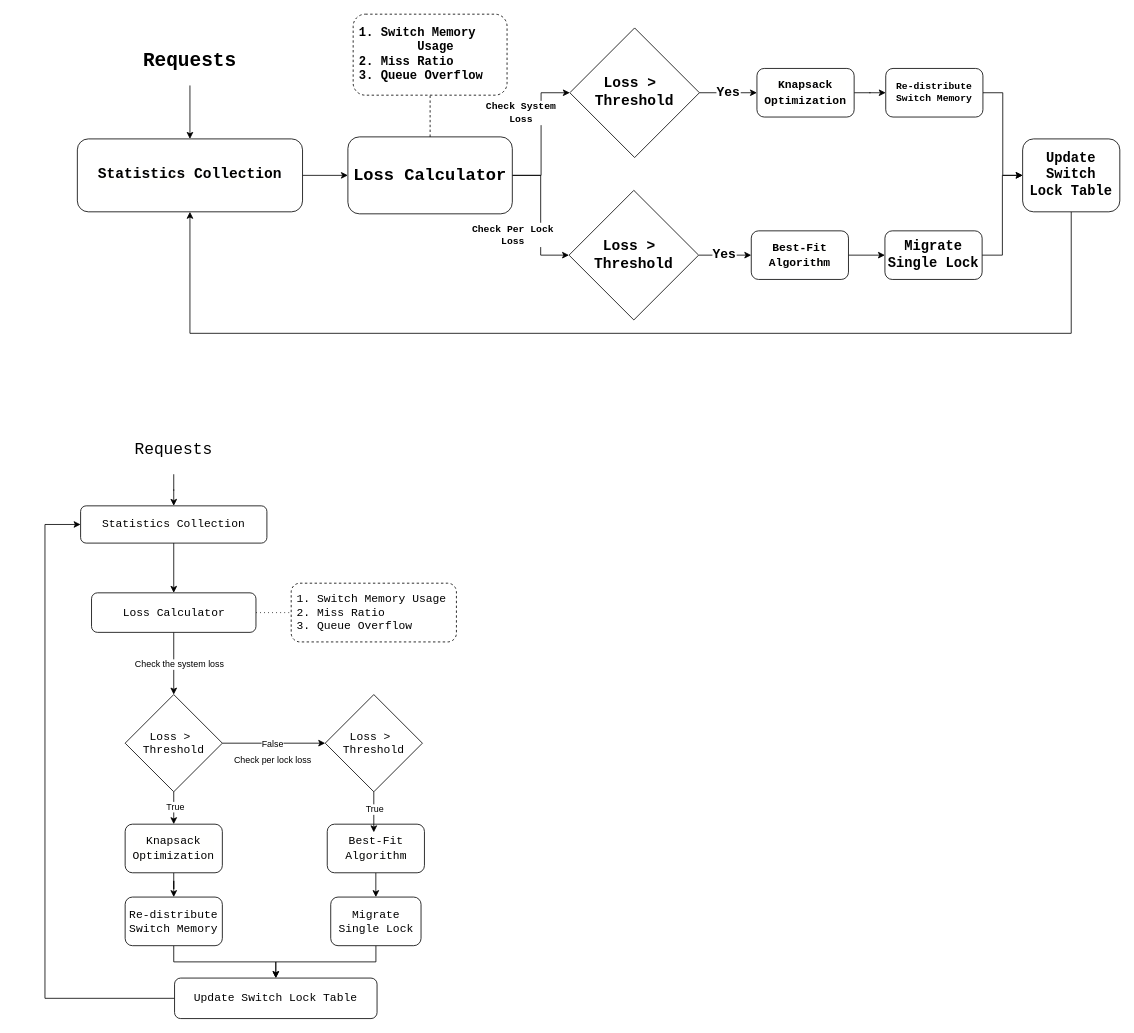
Earlier version of the draw.io diagram docs/diagram/migration_procedure.drawio (Chiang-Chen-An/multi-rack-netlock). Source tidied: cells renumbered, new cells numbered last; positions are measured from the earlier drawing's top-left corner, leaving out a move shared by most shapes. Both pictures are drawn from the tidied source at 81%, with x=0, y=0 at pixel (45, 14).
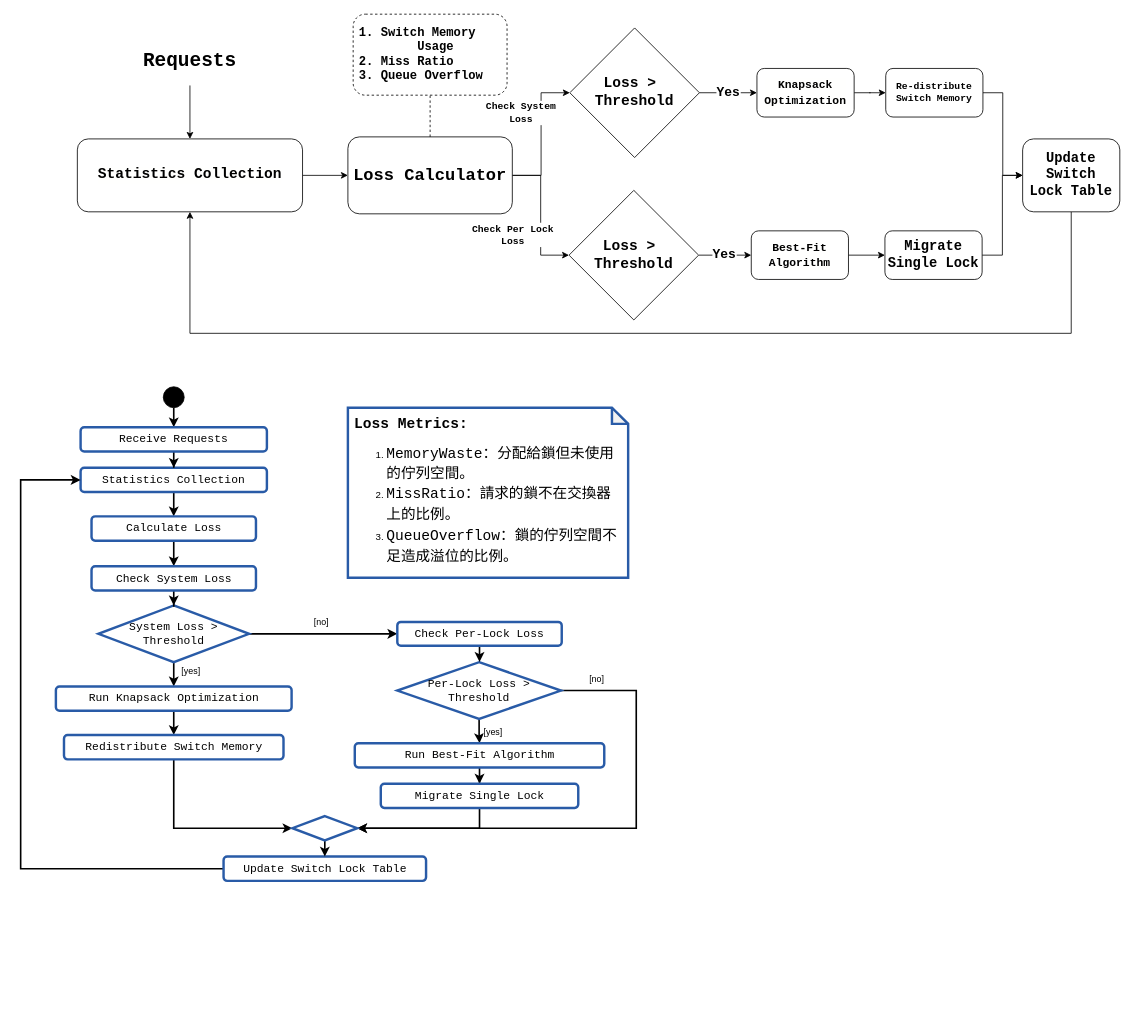
The same diagram, later.

Change to the diagram source:
```diff
@@
-    <mxCell id="30" style="edgeStyle=orthogonalEdgeStyle;rounded=0;jettySize=auto;html=1;entryX=0.5;entryY=0;entryDx=0;entryDy=0;" parent="1" edge="1" source="31" target="37">
+    <mxCell id="30" style="edgeStyle=orthogonalEdgeStyle;rounded=0;jettySize=auto;html=1;entryX=0.5;entryY=0;entryDx=0;entryDy=0;strokeWidth=2;" parent="1" edge="1" source="31" target="37">
       <mxGeometry relative="1" as="geometry" />
     </mxCell>
-    <mxCell id="31" value="&lt;div style=&quot;background-color: rgb(255, 255, 254); line-height: 19px; white-space: pre;&quot;&gt;&lt;font style=&quot;font-size: 14px; font-weight: normal;&quot;&gt;Statistics Collection&lt;/font&gt;&lt;/div&gt;" style="rounded=1;whiteSpace=wrap;html=1;align=center;fontFamily=Courier New;fontStyle=1;" parent="1" vertex="1">
-      <mxGeometry x="44" y="607" width="230" height="46" as="geometry" />
+    <mxCell id="31" value="&lt;div style=&quot;line-height: 19px; white-space: pre;&quot;&gt;&lt;font style=&quot;font-size: 14px; font-weight: normal;&quot;&gt;Statistics Collection&lt;/font&gt;&lt;/div&gt;" style="rounded=1;whiteSpace=wrap;html=1;align=center;fontFamily=Courier New;fontStyle=1;fillColor=light-dark(#ffffff, #ededed);labelBackgroundColor=none;strokeColor=#295BA7;strokeWidth=3;" parent="1" vertex="1">
+      <mxGeometry x="44" y="560" width="230" height="30" as="geometry" />
     </mxCell>
-    <mxCell id="32" style="edgeStyle=orthogonalEdgeStyle;rounded=0;jettySize=auto;html=1;entryX=0.5;entryY=0;entryDx=0;entryDy=0;fontFamily=Courier New;fontStyle=1;" parent="1" edge="1" source="33" target="31">
-      <mxGeometry relative="1" as="geometry" />
-    </mxCell>
-    <mxCell id="33" value="&lt;font style=&quot;font-weight: normal; font-size: 20px;&quot;&gt;Requests&lt;/font&gt;" style="text;html=1;whiteSpace=wrap;strokeColor=none;fillColor=none;align=center;verticalAlign=middle;rounded=0;fontFamily=Courier New;fontStyle=1;" parent="1" vertex="1">
-      <mxGeometry x="84" y="508" width="150" height="60" as="geometry" />
-    </mxCell>
-    <mxCell id="34" style="edgeStyle=orthogonalEdgeStyle;rounded=0;jettySize=auto;html=1;endArrow=none;endFill=0;dashed=1;dashPattern=1 4;" parent="1" edge="1" source="37" target="55">
-      <mxGeometry relative="1" as="geometry" />
-    </mxCell>
-    <mxCell id="35" style="edgeStyle=orthogonalEdgeStyle;rounded=0;jettySize=auto;html=1;entryX=0.5;entryY=0;entryDx=0;entryDy=0;" parent="1" edge="1" source="37" target="43">
-      <mxGeometry relative="1" as="geometry" />
-    </mxCell>
-    <mxCell id="36" value="Check the system loss" style="edgeLabel;html=1;align=center;verticalAlign=middle;" parent="35" vertex="1">
-      <mxGeometry x="0.33" relative="1" as="geometry">
-        <mxPoint x="6" y="-12" as="offset" />
-      </mxGeometry>
-    </mxCell>
+    <mxCell id="59" style="edgeStyle=orthogonalEdgeStyle;rounded=0;jettySize=auto;html=1;entryX=0.5;entryY=0;entryDx=0;entryDy=0;strokeWidth=2;" parent="1" edge="1" source="37" target="71">
+      <mxGeometry relative="1" as="geometry" />
+    </mxCell>
-    <mxCell id="37" value="&lt;font style=&quot;font-size: 14px; font-weight: normal;&quot;&gt;&lt;font&gt;Loss&amp;nbsp;&lt;/font&gt;Calculator&lt;/font&gt;" style="rounded=1;whiteSpace=wrap;html=1;fontFamily=Courier New;fontStyle=1;" parent="1" vertex="1">
-      <mxGeometry x="57.5" y="714.4" width="203" height="48.8" as="geometry" />
+    <mxCell id="37" value="&lt;span style=&quot;font-size: 14px; font-weight: 400;&quot;&gt;Calculate Loss&lt;/span&gt;" style="rounded=1;whiteSpace=wrap;html=1;fontFamily=Courier New;fontStyle=1;fillColor=light-dark(#ffffff, #ededed);strokeColor=#295BA7;strokeWidth=3;" parent="1" vertex="1">
+      <mxGeometry x="57.5" y="620" width="203" height="30" as="geometry" />
     </mxCell>
-    <mxCell id="38" style="edgeStyle=orthogonalEdgeStyle;rounded=0;jettySize=auto;html=1;entryX=0;entryY=0.5;entryDx=0;entryDy=0;" parent="1" edge="1" source="43" target="44">
+    <mxCell id="38" style="edgeStyle=orthogonalEdgeStyle;rounded=0;jettySize=auto;html=1;entryX=0;entryY=0.5;entryDx=0;entryDy=0;strokeWidth=2;" parent="1" edge="1" source="43" target="73">
       <mxGeometry relative="1" as="geometry" />
     </mxCell>
-    <mxCell id="39" value="Check per lock loss" style="edgeLabel;html=1;align=center;verticalAlign=middle;" parent="38" vertex="1">
-      <mxGeometry x="-0.02" y="2" relative="1" as="geometry">
-        <mxPoint x="-1" y="22" as="offset" />
-      </mxGeometry>
-    </mxCell>
-    <mxCell id="40" value="False" style="edgeLabel;html=1;align=center;verticalAlign=middle;" parent="38" vertex="1">
+    <mxCell id="40" value="[no]" style="edgeLabel;html=1;align=center;verticalAlign=middle;" parent="38" vertex="1">
       <mxGeometry x="-0.04" y="-3" relative="1" as="geometry">
-        <mxPoint y="-3" as="offset" />
+        <mxPoint y="-18" as="offset" />
       </mxGeometry>
     </mxCell>
-    <mxCell id="41" style="edgeStyle=orthogonalEdgeStyle;rounded=0;jettySize=auto;html=1;" parent="1" edge="1" source="43" target="46">
+    <mxCell id="41" style="edgeStyle=orthogonalEdgeStyle;rounded=0;jettySize=auto;html=1;strokeWidth=2;" parent="1" edge="1" source="43" target="46">
       <mxGeometry relative="1" as="geometry" />
     </mxCell>
-    <mxCell id="42" value="True" style="edgeLabel;html=1;align=center;verticalAlign=middle;" parent="41" vertex="1">
-      <mxGeometry x="-0.08" y="1" relative="1" as="geometry" />
+    <mxCell id="42" value="[yes]" style="edgeLabel;html=1;align=center;verticalAlign=middle;" parent="41" vertex="1">
+      <mxGeometry x="-0.08" y="1" relative="1" as="geometry">
+        <mxPoint x="21" y="-7" as="offset" />
+      </mxGeometry>
     </mxCell>
-    <mxCell id="43" value="&lt;font style=&quot;font-weight: normal;&quot;&gt;Loss &amp;gt;&amp;nbsp;&lt;/font&gt;&lt;div&gt;&lt;font style=&quot;font-weight: normal;&quot;&gt;Threshold&lt;/font&gt;&lt;/div&gt;" style="rhombus;whiteSpace=wrap;html=1;fontFamily=Courier New;fontStyle=1;fontSize=14;" parent="1" vertex="1">
-      <mxGeometry x="99" y="840" width="120" height="120" as="geometry" />
+    <mxCell id="43" value="&lt;div style=&quot;line-height: 120%;&quot;&gt;&lt;font style=&quot;font-weight: normal; line-height: 120%;&quot;&gt;System Loss &amp;gt;&lt;/font&gt;&lt;div style=&quot;line-height: 120%;&quot;&gt;&lt;font style=&quot;font-weight: normal; line-height: 120%;&quot;&gt;Threshold&lt;/font&gt;&lt;/div&gt;&lt;/div&gt;" style="rhombus;whiteSpace=wrap;html=1;fontFamily=Courier New;fontStyle=1;fontSize=14;align=center;fillColor=light-dark(#ffffff, #ededed);strokeColor=#295BA7;strokeWidth=3;" parent="1" vertex="1">
+      <mxGeometry x="66" y="730" width="186" height="70" as="geometry" />
     </mxCell>
+    <mxCell id="57" style="edgeStyle=orthogonalEdgeStyle;rounded=0;jettySize=auto;html=1;strokeWidth=2;" parent="1" edge="1" source="44" target="48">
+      <mxGeometry relative="1" as="geometry" />
+    </mxCell>
+    <mxCell id="60" value="[yes]" style="edgeLabel;html=1;align=center;verticalAlign=middle;" parent="57" vertex="1">
+      <mxGeometry x="0.09" y="-1" relative="1" as="geometry">
+        <mxPoint x="17" y="-2" as="offset" />
+      </mxGeometry>
+    </mxCell>
+    <mxCell id="61" style="edgeStyle=orthogonalEdgeStyle;rounded=0;jettySize=auto;html=1;entryX=1;entryY=0.5;entryDx=0;entryDy=0;exitX=1;exitY=0.5;exitDx=0;exitDy=0;strokeWidth=2;" parent="1" edge="1" source="44" target="75">
+      <mxGeometry relative="1" as="geometry">
+        <Array as="points">
+          <mxPoint x="730" y="835" />
+          <mxPoint x="730" y="1005" />
+        </Array>
+      </mxGeometry>
+    </mxCell>
+    <mxCell id="62" value="[no]" style="edgeLabel;html=1;align=center;verticalAlign=middle;" parent="61" vertex="1">
+      <mxGeometry x="-0.92" y="2" relative="1" as="geometry">
+        <mxPoint x="19" y="-13" as="offset" />
+      </mxGeometry>
+    </mxCell>
-    <mxCell id="44" value="&lt;font style=&quot;font-weight: normal;&quot;&gt;Loss &amp;gt;&amp;nbsp;&lt;/font&gt;&lt;div&gt;&lt;font style=&quot;font-weight: normal;&quot;&gt;Threshold&lt;/font&gt;&lt;/div&gt;" style="rhombus;whiteSpace=wrap;html=1;fontFamily=Courier New;fontStyle=1;fontSize=14;" parent="1" vertex="1">
-      <mxGeometry x="346" y="840" width="120" height="120" as="geometry" />
+    <mxCell id="44" value="&lt;font style=&quot;font-weight: normal;&quot;&gt;Per-Lock Loss &amp;gt;&lt;/font&gt;&lt;div&gt;&lt;font style=&quot;font-weight: normal;&quot;&gt;Threshold&lt;/font&gt;&lt;/div&gt;" style="rhombus;whiteSpace=wrap;html=1;fontFamily=Courier New;fontStyle=1;fontSize=14;fillColor=light-dark(#ffffff, #ededed);strokeColor=#295BA7;strokeWidth=3;" parent="1" vertex="1">
+      <mxGeometry x="435" y="800" width="202" height="70" as="geometry" />
     </mxCell>
-    <mxCell id="45" style="edgeStyle=orthogonalEdgeStyle;rounded=0;jettySize=auto;html=1;entryX=0.5;entryY=0;entryDx=0;entryDy=0;" parent="1" edge="1" source="46" target="52">
+    <mxCell id="45" style="edgeStyle=orthogonalEdgeStyle;rounded=0;jettySize=auto;html=1;entryX=0.5;entryY=0;entryDx=0;entryDy=0;strokeWidth=2;" parent="1" edge="1" source="46" target="52">
       <mxGeometry relative="1" as="geometry" />
     </mxCell>
-    <mxCell id="46" value="&lt;div style=&quot;background-color: rgb(255, 255, 254); font-size: 14px; line-height: 19px; white-space: pre;&quot;&gt;&lt;font style=&quot;font-weight: normal;&quot;&gt;Knapsack&lt;/font&gt;&lt;/div&gt;&lt;div style=&quot;background-color: rgb(255, 255, 254); font-size: 14px; line-height: 19px; white-space: pre;&quot;&gt;&lt;font style=&quot;font-weight: normal;&quot;&gt;Optimization&lt;/font&gt;&lt;/div&gt;" style="rounded=1;whiteSpace=wrap;html=1;fontFamily=Courier New;fontStyle=1;" parent="1" vertex="1">
-      <mxGeometry x="99" y="1000" width="120" height="60" as="geometry" />
+    <mxCell id="46" value="&lt;div style=&quot;background-color: rgb(255, 255, 254); font-size: 14px; line-height: 19px; white-space: pre;&quot;&gt;&lt;font style=&quot;font-weight: normal;&quot;&gt;Run Knapsack &lt;/font&gt;&lt;span style=&quot;font-weight: normal;&quot;&gt;Optimization&lt;/span&gt;&lt;/div&gt;" style="rounded=1;whiteSpace=wrap;html=1;fontFamily=Courier New;fontStyle=1;fillColor=light-dark(#ffffff, #ededed);strokeColor=#295BA7;strokeWidth=3;" parent="1" vertex="1">
+      <mxGeometry x="13.5" y="830" width="291" height="30" as="geometry" />
     </mxCell>
-    <mxCell id="47" style="edgeStyle=orthogonalEdgeStyle;rounded=0;jettySize=auto;html=1;entryX=0.5;entryY=0;entryDx=0;entryDy=0;" parent="1" edge="1" source="48" target="50">
+    <mxCell id="47" style="edgeStyle=orthogonalEdgeStyle;rounded=0;jettySize=auto;html=1;entryX=0.5;entryY=0;entryDx=0;entryDy=0;strokeWidth=2;" parent="1" edge="1" source="48" target="50">
       <mxGeometry relative="1" as="geometry" />
     </mxCell>
-    <mxCell id="48" value="&lt;div style=&quot;background-color: rgb(255, 255, 254); font-size: 14px; line-height: 19px; white-space: pre;&quot;&gt;&lt;font style=&quot;font-weight: normal;&quot;&gt;Best-Fit&lt;/font&gt;&lt;/div&gt;&lt;div style=&quot;background-color: rgb(255, 255, 254); font-size: 14px; line-height: 19px; white-space: pre;&quot;&gt;&lt;font style=&quot;font-weight: normal;&quot;&gt;Algorithm&lt;/font&gt;&lt;/div&gt;" style="rounded=1;whiteSpace=wrap;html=1;fontFamily=Courier New;fontStyle=1;" parent="1" vertex="1">
-      <mxGeometry x="348.5" y="1000" width="120" height="60" as="geometry" />
+    <mxCell id="48" value="&lt;div style=&quot;background-color: rgb(255, 255, 254); font-size: 14px; line-height: 19px; white-space: pre;&quot;&gt;&lt;font style=&quot;font-weight: normal;&quot;&gt;Run Best-Fit &lt;/font&gt;&lt;span style=&quot;font-weight: normal;&quot;&gt;Algorithm&lt;/span&gt;&lt;/div&gt;" style="rounded=1;whiteSpace=wrap;html=1;fontFamily=Courier New;fontStyle=1;fillColor=light-dark(#ffffff, #ededed);strokeColor=#295BA7;strokeWidth=3;" parent="1" vertex="1">
+      <mxGeometry x="382.5" y="900" width="308" height="30" as="geometry" />
     </mxCell>
-    <mxCell id="49" style="edgeStyle=orthogonalEdgeStyle;rounded=0;jettySize=auto;html=1;entryX=0.5;entryY=0;entryDx=0;entryDy=0;" parent="1" edge="1" source="50" target="54">
-      <mxGeometry relative="1" as="geometry" />
-    </mxCell>
+    <mxCell id="63" style="edgeStyle=orthogonalEdgeStyle;rounded=0;jettySize=auto;html=1;entryX=1;entryY=0.5;entryDx=0;entryDy=0;exitX=0.5;exitY=1;exitDx=0;exitDy=0;strokeWidth=2;" parent="1" edge="1" source="50" target="75">
+      <mxGeometry relative="1" as="geometry" />
+    </mxCell>
-    <mxCell id="50" value="&lt;font style=&quot;font-size: 14px; font-weight: normal;&quot;&gt;Migrate Single Lock&lt;/font&gt;" style="rounded=1;whiteSpace=wrap;html=1;fontFamily=Courier New;fontStyle=1;" parent="1" vertex="1">
-      <mxGeometry x="352.8" y="1090" width="111.5" height="60" as="geometry" />
+    <mxCell id="50" value="&lt;font style=&quot;font-size: 14px; font-weight: normal;&quot;&gt;Migrate Single Lock&lt;/font&gt;" style="rounded=1;whiteSpace=wrap;html=1;fontFamily=Courier New;fontStyle=1;fillColor=light-dark(#ffffff, #ededed);strokeColor=#295BA7;strokeWidth=3;" parent="1" vertex="1">
+      <mxGeometry x="414.6" y="950" width="243.8" height="30" as="geometry" />
     </mxCell>
-    <mxCell id="51" style="edgeStyle=orthogonalEdgeStyle;rounded=0;jettySize=auto;html=1;entryX=0.5;entryY=0;entryDx=0;entryDy=0;" parent="1" edge="1" source="52" target="54">
-      <mxGeometry relative="1" as="geometry" />
-    </mxCell>
+    <mxCell id="64" style="edgeStyle=orthogonalEdgeStyle;rounded=0;jettySize=auto;html=1;entryX=0;entryY=0.5;entryDx=0;entryDy=0;exitX=0.5;exitY=1;exitDx=0;exitDy=0;strokeWidth=2;" parent="1" edge="1" source="52" target="75">
+      <mxGeometry relative="1" as="geometry">
+        <Array as="points">
+          <mxPoint x="159" y="1005" />
+        </Array>
+      </mxGeometry>
+    </mxCell>
-    <mxCell id="52" value="&lt;font style=&quot;font-weight: normal; font-size: 14px;&quot;&gt;Re-distribute Switch Memory&lt;/font&gt;" style="rounded=1;whiteSpace=wrap;html=1;fontFamily=Courier New;fontStyle=1;align=center;" parent="1" vertex="1">
-      <mxGeometry x="99" y="1090" width="120" height="60" as="geometry" />
+    <mxCell id="52" value="&lt;font style=&quot;font-weight: normal; font-size: 14px;&quot;&gt;Redistribute&amp;nbsp;&lt;/font&gt;&lt;span style=&quot;font-size: 14px; font-weight: normal;&quot;&gt;Switch Memory&lt;/span&gt;" style="rounded=1;whiteSpace=wrap;html=1;fontFamily=Courier New;fontStyle=1;align=center;fillColor=light-dark(#ffffff, #ededed);strokeColor=#295BA7;strokeWidth=3;" parent="1" vertex="1">
+      <mxGeometry x="23.5" y="890" width="271" height="30" as="geometry" />
     </mxCell>
-    <mxCell id="53" style="edgeStyle=orthogonalEdgeStyle;rounded=0;jettySize=auto;html=1;entryX=0;entryY=0.5;entryDx=0;entryDy=0;exitX=0;exitY=0.5;exitDx=0;exitDy=0;" parent="1" edge="1" source="54" target="31">
+    <mxCell id="53" style="edgeStyle=orthogonalEdgeStyle;rounded=0;jettySize=auto;html=1;entryX=0;entryY=0.5;entryDx=0;entryDy=0;exitX=0;exitY=0.5;exitDx=0;exitDy=0;strokeWidth=2;" parent="1" edge="1" source="54" target="31">
       <mxGeometry relative="1" as="geometry">
         <Array as="points">
-          <mxPoint y="1215" />
-          <mxPoint y="630" />
+          <mxPoint x="-30" y="1055" />
+          <mxPoint x="-30" y="575" />
         </Array>
       </mxGeometry>
     </mxCell>
-    <mxCell id="54" value="&lt;span style=&quot;font-weight: normal;&quot;&gt;&lt;font style=&quot;font-size: 14px;&quot;&gt;&lt;font&gt;Update Switch&amp;nbsp;&lt;/font&gt;Lock Table&lt;/font&gt;&lt;/span&gt;" style="rounded=1;whiteSpace=wrap;html=1;fontFamily=Courier New;fontStyle=1;" parent="1" vertex="1">
-      <mxGeometry x="160" y="1190" width="250" height="50" as="geometry" />
+    <mxCell id="54" value="&lt;span style=&quot;font-weight: normal;&quot;&gt;&lt;font style=&quot;font-size: 14px;&quot;&gt;&lt;font&gt;Update Switch&amp;nbsp;&lt;/font&gt;Lock Table&lt;/font&gt;&lt;/span&gt;" style="rounded=1;whiteSpace=wrap;html=1;fontFamily=Courier New;fontStyle=1;fillColor=light-dark(#ffffff, #ededed);strokeColor=#295BA7;strokeWidth=3;" parent="1" vertex="1">
+      <mxGeometry x="220.5" y="1040" width="250" height="30" as="geometry" />
     </mxCell>
-    <mxCell id="55" style="rounded=1;whiteSpace=wrap;html=1;dashed=1;fontFamily=Courier New;fontStyle=1;" parent="1" vertex="1">
-      <mxGeometry x="304" y="702.5" width="204" height="72.5" as="geometry" />
-    </mxCell>
-    <mxCell id="56" value="&lt;div&gt;&lt;font style=&quot;font-weight: normal; font-size: 14px;&quot;&gt;1. Switch Memory Usage&lt;/font&gt;&lt;/div&gt;&lt;div&gt;&lt;font style=&quot;font-weight: normal; font-size: 14px;&quot;&gt;2. Miss Ratio&lt;/font&gt;&lt;/div&gt;&lt;div&gt;&lt;font style=&quot;font-weight: normal; font-size: 14px;&quot;&gt;3. Queue Overflow&lt;/font&gt;&lt;/div&gt;" style="text;html=1;whiteSpace=wrap;strokeColor=none;fillColor=none;align=left;verticalAlign=middle;rounded=0;fontFamily=Courier New;fontStyle=1;" parent="1" vertex="1">
-      <mxGeometry x="309" y="713.8" width="199" height="51.2" as="geometry" />
-    </mxCell>
-    <mxCell id="57" style="edgeStyle=orthogonalEdgeStyle;rounded=0;jettySize=auto;html=1;entryX=0.479;entryY=0.167;entryDx=0;entryDy=0;entryPerimeter=0;" parent="1" edge="1" source="44" target="48">
-      <mxGeometry relative="1" as="geometry" />
-    </mxCell>
-    <mxCell id="58" value="True" style="edgeLabel;html=1;align=center;verticalAlign=middle;" parent="57" vertex="1">
-      <mxGeometry x="-0.14" y="1" relative="1" as="geometry" />
-    </mxCell>
+    <mxCell id="65" style="edgeStyle=orthogonalEdgeStyle;rounded=0;jettySize=auto;html=1;entryX=0.5;entryY=0;entryDx=0;entryDy=0;strokeWidth=2;" parent="1" edge="1" source="66" target="69">
+      <mxGeometry relative="1" as="geometry" />
+    </mxCell>
+    <mxCell id="66" style="ellipse;whiteSpace=wrap;html=1;fillColor=#000000;" parent="1" vertex="1">
+      <mxGeometry x="146.1" y="460" width="25.8" height="25.8" as="geometry" />
+    </mxCell>
+    <mxCell id="67" style="shape=note;whiteSpace=wrap;html=1;backgroundOutline=1;darkOpacity=0.05;size=20;fillColor=light-dark(#ffffff, #ededed);strokeColor=#295BA7;strokeWidth=3;align=left;" parent="1" vertex="1">
+      <mxGeometry x="374" y="485.8" width="346" height="210" as="geometry" />
+    </mxCell>
+    <mxCell id="68" style="edgeStyle=orthogonalEdgeStyle;rounded=0;jettySize=auto;html=1;exitX=0.5;exitY=1;exitDx=0;exitDy=0;strokeWidth=2;" parent="1" edge="1" source="69" target="31">
+      <mxGeometry relative="1" as="geometry" />
+    </mxCell>
+    <mxCell id="69" value="&lt;div style=&quot;line-height: 19px; white-space: pre;&quot;&gt;&lt;span style=&quot;font-size: 14px; font-weight: 400;&quot;&gt;Receive Requests&lt;/span&gt;&lt;/div&gt;" style="rounded=1;whiteSpace=wrap;html=1;align=center;fontFamily=Courier New;fontStyle=1;fillColor=light-dark(#ffffff, #ededed);labelBackgroundColor=none;strokeColor=#295BA7;strokeWidth=3;" parent="1" vertex="1">
+      <mxGeometry x="44" y="510" width="230" height="30" as="geometry" />
+    </mxCell>
+    <mxCell id="70" style="edgeStyle=orthogonalEdgeStyle;rounded=0;jettySize=auto;html=1;entryX=0.5;entryY=0;entryDx=0;entryDy=0;strokeWidth=2;" parent="1" edge="1" source="71" target="43">
+      <mxGeometry relative="1" as="geometry" />
+    </mxCell>
+    <mxCell id="71" value="&lt;span style=&quot;font-size: 14px; font-weight: 400;&quot;&gt;Check System Loss&lt;/span&gt;" style="rounded=1;whiteSpace=wrap;html=1;fontFamily=Courier New;fontStyle=1;fillColor=light-dark(#ffffff, #ededed);strokeColor=#295BA7;strokeWidth=3;" parent="1" vertex="1">
+      <mxGeometry x="57.5" y="681.6" width="203" height="30" as="geometry" />
+    </mxCell>
+    <mxCell id="72" style="edgeStyle=orthogonalEdgeStyle;rounded=0;jettySize=auto;html=1;entryX=0.5;entryY=0;entryDx=0;entryDy=0;strokeWidth=2;" parent="1" edge="1" source="73" target="44">
+      <mxGeometry relative="1" as="geometry" />
+    </mxCell>
+    <mxCell id="73" value="&lt;span style=&quot;font-size: 14px; font-weight: 400;&quot;&gt;Check Per-Lock Loss&lt;/span&gt;" style="rounded=1;whiteSpace=wrap;html=1;fontFamily=Courier New;fontStyle=1;fillColor=light-dark(#ffffff, #ededed);strokeColor=#295BA7;strokeWidth=3;" parent="1" vertex="1">
+      <mxGeometry x="435" y="750.3" width="203" height="29.4" as="geometry" />
+    </mxCell>
+    <mxCell id="74" style="edgeStyle=orthogonalEdgeStyle;rounded=0;jettySize=auto;html=1;entryX=0.5;entryY=0;entryDx=0;entryDy=0;exitX=0.5;exitY=1;exitDx=0;exitDy=0;strokeWidth=2;" parent="1" edge="1" source="75" target="54">
+      <mxGeometry relative="1" as="geometry" />
+    </mxCell>
+    <mxCell id="75" style="rhombus;whiteSpace=wrap;html=1;fillColor=light-dark(#ffffff, #ededed);strokeColor=#295BA7;strokeWidth=3;" parent="1" vertex="1">
+      <mxGeometry x="305.5" y="990" width="80" height="30" as="geometry" />
+    </mxCell>
+    <mxCell id="76" value="&lt;div style=&quot;text-align: left;&quot;&gt;&lt;font face=&quot;monospace&quot; style=&quot;font-size: 18px;&quot;&gt;&lt;span style=&quot;line-height: 30%;&quot;&gt;&lt;b&gt;Loss Metrics:&lt;/b&gt;&lt;/span&gt;&lt;/font&gt;&lt;/div&gt;&lt;ol style=&quot;line-height: 140%;&quot;&gt;&lt;li style=&quot;text-align: left; line-height: 140%;&quot;&gt;&lt;font style=&quot;line-height: 140%; font-size: 18px;&quot;&gt;&lt;code style=&quot;line-height: 110%;&quot;&gt;MemoryWaste&lt;/code&gt;：分配給鎖但未使用的佇列空間。&lt;br&gt;&lt;/font&gt;&lt;/li&gt;&lt;li style=&quot;text-align: left; line-height: 140%;&quot;&gt;&lt;font style=&quot;line-height: 140%; font-size: 18px;&quot;&gt;&lt;code&gt;MissRatio&lt;/code&gt;：請求的鎖不在交換器上的比例。&lt;br&gt;&lt;/font&gt;&lt;/li&gt;&lt;li style=&quot;text-align: left; line-height: 140%;&quot;&gt;&lt;font style=&quot;line-height: 140%; font-size: 18px;&quot;&gt;&lt;code&gt;QueueOverflow&lt;/code&gt;：鎖的佇列空間不足造成溢位的比例。&lt;/font&gt;&lt;br&gt;&lt;/li&gt;&lt;/ol&gt;" style="text;html=1;whiteSpace=wrap;strokeColor=none;fillColor=none;align=center;verticalAlign=middle;rounded=0;" parent="1" vertex="1">
+      <mxGeometry x="380.5" y="494.2" width="330" height="201.6" as="geometry" />
+    </mxCell>
```
